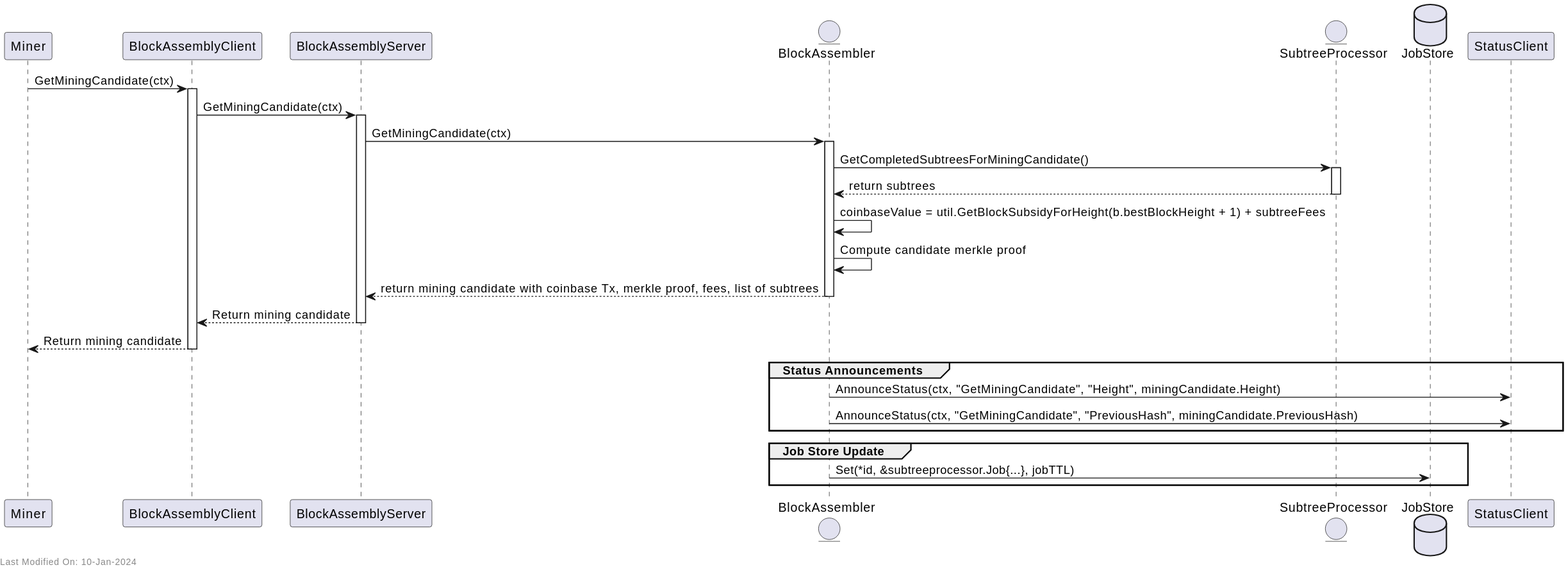
Earlier version of the PlantUML export docs/services/img/plantuml/blockassembly/block_assembly_get_mining_candidate.svg (freemans13/teranode). Its source is kept beside it as docs/services/img/plantuml/blockassembly/block_assembly_get_mining_candidate.puml.
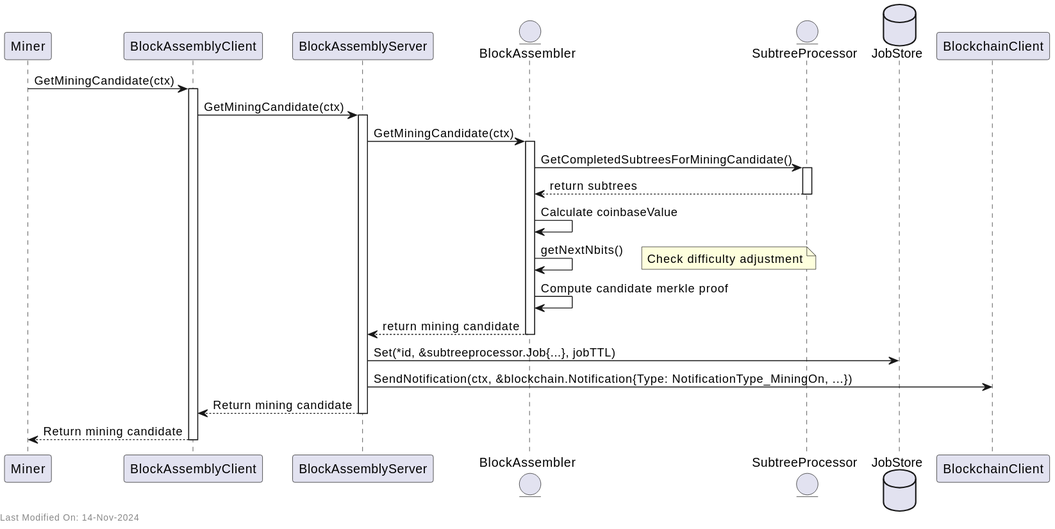
The same file after the commit.

Commit message:
Documentation - restructure Block Assembly documentation for better separation of design and reference documents #1399

What changed in the source:
```diff
@@ -5,7 +5,7 @@
 entity "BlockAssembler" as Assembler
 entity "SubtreeProcessor" as SubtreeProc
 database "JobStore" as JobStore
-participant "StatusClient" as StatusClient
+participant "BlockchainClient" as BlockchainClient
 
 Miner -> Client : GetMiningCandidate(ctx)
 activate Client
@@ -18,14 +18,19 @@
 
 Assembler -> SubtreeProc : GetCompletedSubtreesForMiningCandidate()
 activate SubtreeProc
-
 SubtreeProc --> Assembler : return subtrees
 deactivate SubtreeProc
 
-Assembler -> Assembler : coinbaseValue = util.GetBlockSubsidyForHeight(b.bestBlockHeight + 1) + subtreeFees
+Assembler -> Assembler : Calculate coinbaseValue
+Assembler -> Assembler : getNextNbits()
+note right: Check difficulty adjustment
+
 Assembler -> Assembler : Compute candidate merkle proof
-Assembler --> Server : return mining candidate with coinbase Tx, merkle proof, fees, list of subtrees
+Assembler --> Server : return mining candidate
 deactivate Assembler
+
+Server -> JobStore : Set(*id, &subtreeprocessor.Job{...}, jobTTL)
+Server -> BlockchainClient : SendNotification(ctx, &blockchain.Notification{Type: NotificationType_MiningOn, ...})
 
 Server --> Client : Return mining candidate
 deactivate Server
@@ -33,15 +38,6 @@
 Client --> Miner : Return mining candidate
 deactivate Client
 
-group Status Announcements
-    Assembler -> StatusClient : AnnounceStatus(ctx, "GetMiningCandidate", "Height", miningCandidate.Height)
-    Assembler -> StatusClient : AnnounceStatus(ctx, "GetMiningCandidate", "PreviousHash", miningCandidate.PreviousHash)
-end
-
-group Job Store Update
-    Assembler -> JobStore : Set(*id, &subtreeprocessor.Job{...}, jobTTL)
-end
-
 left footer Last Modified On: %date("dd-MMM-yyyy")
 
 @enduml
```
